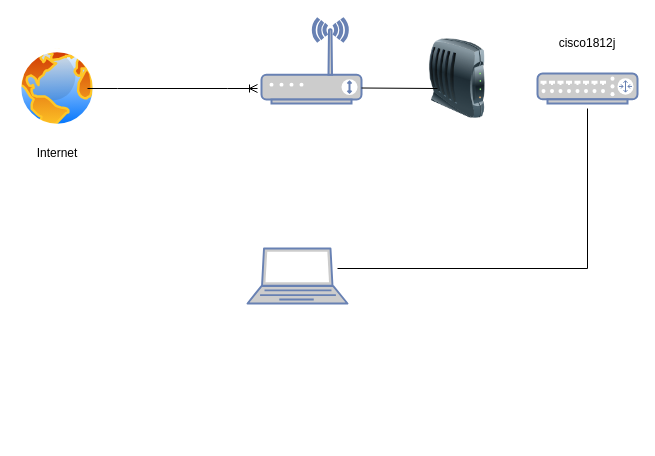
shumasod/My-infra keeps this draw.io diagram as 自宅ネットワーク.drawio. Above is the earlier version. Source tidied: cells renumbered, new cells numbered last; positions are measured from the earlier drawing's top-left corner, leaving out a move shared by most shapes. Both pictures are drawn from the tidied source at 100%, with x=0, y=0 at pixel (17, 18).
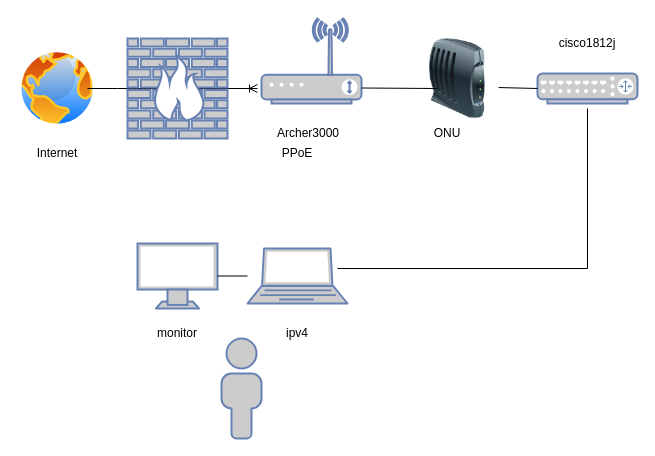
The same page after the edit.

Commit message:
自宅ネットワーク.drawio を更新します

The change refers to these unchanged cells:
```xml
<mxCell id="3" style="fontColor=#0066CC;verticalAlign=top;verticalLabelPosition=bottom;labelPosition=center;align=center;html=1;outlineConnect=0;fillColor=#CCCCCC;strokeColor=#6881B3;gradientColor=none;gradientDirection=north;strokeWidth=2;shape=mxgraph.networks.laptop;" parent="1" vertex="1">
  <mxGeometry x="230" y="230" width="100" height="55" as="geometry" />
</mxCell>
<mxCell id="9" style="image;html=1;image=img/lib/clip_art/networking/Modem_128x128.png;" parent="1" vertex="1">
  <mxGeometry x="400" y="20" width="80" height="80" as="geometry" />
</mxCell>
```

What changed in the source:
```diff
@@
+    <mxCell id="12" style="endArrow=none;html=1;rounded=0;exitX=1.013;exitY=0.613;exitDx=0;exitDy=0;exitPerimeter=0;" parent="1" edge="1" source="9">
+      <mxGeometry relative="1" as="geometry">
+        <mxPoint x="520" y="70" as="targetPoint" />
+      </mxGeometry>
+    </mxCell>
+    <mxCell id="13" value="Archer3000" style="text;strokeColor=none;fillColor=none;align=left;verticalAlign=middle;spacingLeft=4;spacingRight=4;overflow=hidden;whiteSpace=wrap;html=1;" parent="1" vertex="1">
+      <mxGeometry x="254" y="100" width="80" height="30" as="geometry" />
+    </mxCell>
+    <mxCell id="14" style="fontColor=#0066CC;verticalAlign=top;verticalLabelPosition=bottom;labelPosition=center;align=center;html=1;fillColor=#CCCCCC;strokeColor=#6881B3;gradientColor=none;gradientDirection=north;strokeWidth=2;shape=mxgraph.networks.firewall;" parent="1" vertex="1">
+      <mxGeometry x="110" y="20" width="100" height="100" as="geometry" />
+    </mxCell>
+    <mxCell id="15" value="ONU&lt;br&gt;" style="text;html=1;strokeColor=none;fillColor=none;align=center;verticalAlign=middle;whiteSpace=wrap;rounded=0;" parent="1" vertex="1">
+      <mxGeometry x="400" y="100" width="60" height="30" as="geometry" />
+    </mxCell>
+    <mxCell id="16" style="fontColor=#0066CC;verticalAlign=top;verticalLabelPosition=bottom;labelPosition=center;align=center;html=1;outlineConnect=0;fillColor=#CCCCCC;strokeColor=#6881B3;gradientColor=none;gradientDirection=north;strokeWidth=2;shape=mxgraph.networks.monitor;" parent="1" vertex="1">
+      <mxGeometry x="120" y="225" width="80" height="65" as="geometry" />
+    </mxCell>
+    <mxCell id="17" style="endArrow=none;html=1;rounded=0;" parent="1" edge="1" source="16" target="3">
+      <mxGeometry relative="1" as="geometry" />
+    </mxCell>
+    <mxCell id="18" value="monitor" style="text;html=1;strokeColor=none;fillColor=none;align=center;verticalAlign=middle;whiteSpace=wrap;rounded=0;" parent="1" vertex="1">
+      <mxGeometry x="130" y="300" width="60" height="30" as="geometry" />
+    </mxCell>
+    <mxCell id="19" value="PPoE" style="text;html=1;strokeColor=none;fillColor=none;align=center;verticalAlign=middle;whiteSpace=wrap;rounded=0;" parent="1" vertex="1">
+      <mxGeometry x="250" y="120" width="60" height="30" as="geometry" />
+    </mxCell>
+    <mxCell id="20" value="ipv4" style="text;html=1;strokeColor=none;fillColor=none;align=center;verticalAlign=middle;whiteSpace=wrap;rounded=0;" parent="1" vertex="1">
+      <mxGeometry x="250" y="300" width="60" height="30" as="geometry" />
+    </mxCell>
+    <mxCell id="21" style="fontColor=#0066CC;verticalAlign=top;verticalLabelPosition=bottom;labelPosition=center;align=center;html=1;fillColor=#CCCCCC;strokeColor=#6881B3;gradientColor=none;gradientDirection=north;strokeWidth=2;shape=mxgraph.networks.user_male;" parent="1" vertex="1">
+      <mxGeometry x="204" y="320" width="40" height="100" as="geometry" />
+    </mxCell>
```
